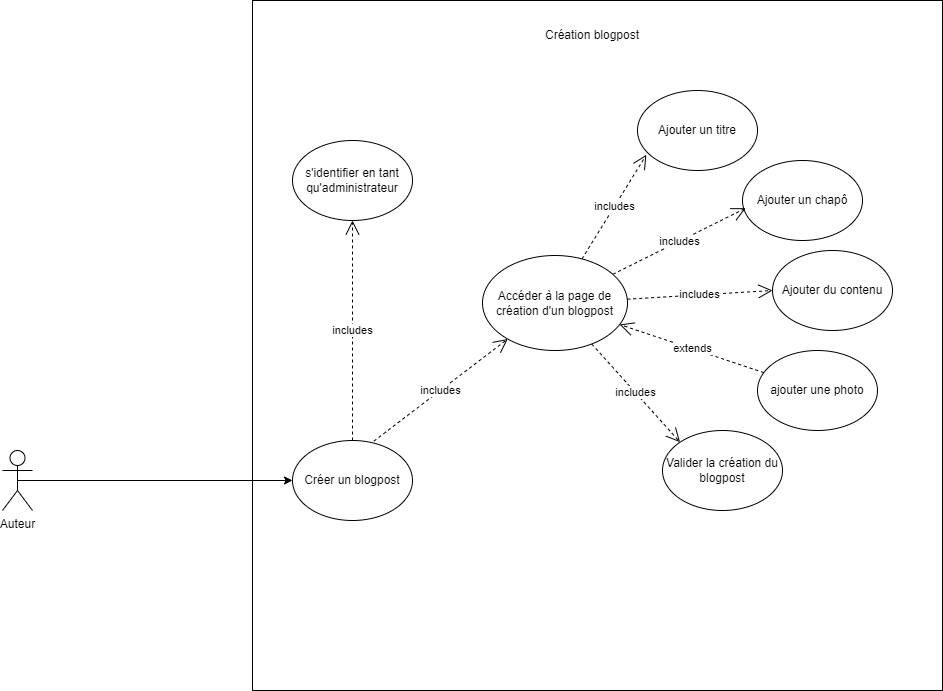
Above: diagrammes/Cas d'utilisation/creation_blogpost.drawio.png in LanchesThomas/blog (draw.io), before the change. Source tidied: cells renumbered, new cells last; positions are measured from the earlier drawing's top-left corner, leaving out a move shared by most shapes.
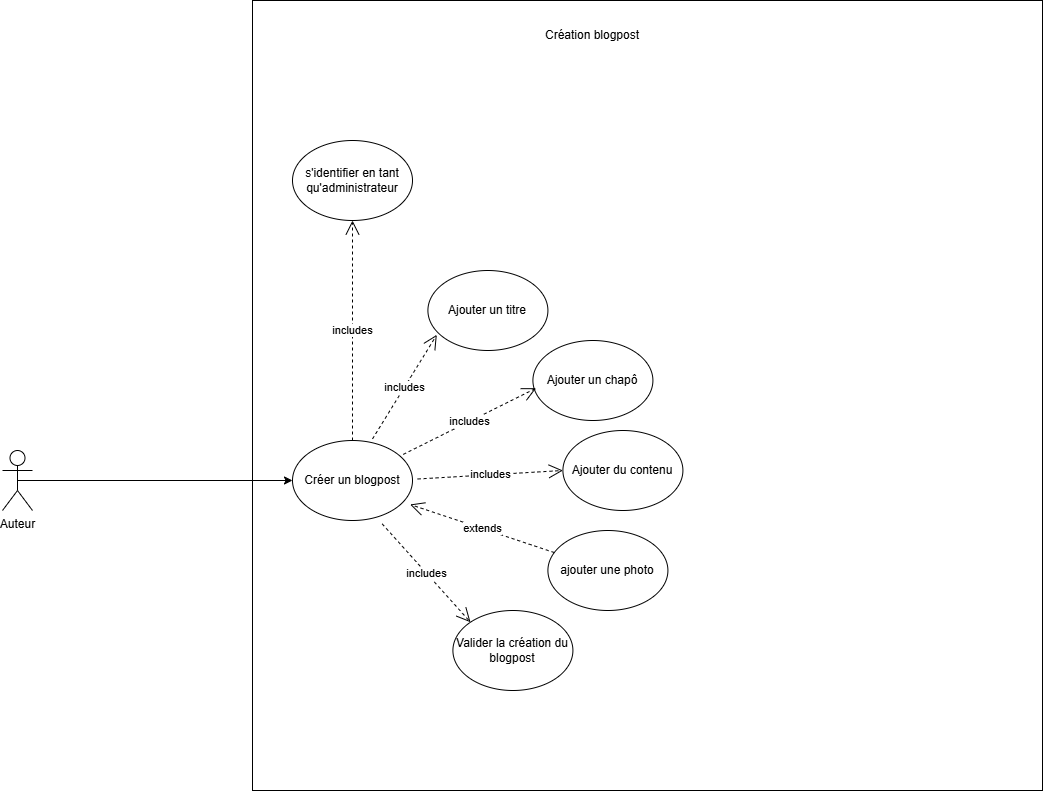
After the change.

The edit, as a diff of the source:
```diff
@@ -3,7 +3,7 @@
     <mxCell id="0" />
     <mxCell id="1" parent="0" />
     <mxCell id="2" style="whiteSpace=wrap;html=1;" parent="1" vertex="1">
-      <mxGeometry x="250" width="690" height="690" as="geometry" />
+      <mxGeometry x="250" width="790" height="790" as="geometry" />
     </mxCell>
     <mxCell id="3" value="Création blogpost" style="text;html=1;strokeColor=none;fillColor=none;align=center;verticalAlign=middle;whiteSpace=wrap;rounded=0;" parent="1" vertex="1">
       <mxGeometry x="505" y="20" width="170" height="30" as="geometry" />
@@ -21,43 +21,47 @@
       <mxGeometry y="450" width="30" height="60" as="geometry" />
     </mxCell>
     <mxCell id="8" value="ajouter une photo" style="ellipse;whiteSpace=wrap;html=1;" parent="1" vertex="1">
-      <mxGeometry x="755" y="350" width="120" height="80" as="geometry" />
+      <mxGeometry x="545.4" y="530" width="120" height="80" as="geometry" />
     </mxCell>
     <mxCell id="9" value="includes" style="endArrow=open;endSize=12;dashed=1;html=1;rounded=0;exitX=0.5;exitY=0;exitDx=0;exitDy=0;entryX=0.5;entryY=1;entryDx=0;entryDy=0;" parent="1" edge="1" source="4" target="5">
       <mxGeometry relative="1" as="geometry" />
     </mxCell>
     <mxCell id="10" value="Ajouter du contenu" style="ellipse;whiteSpace=wrap;html=1;" parent="1" vertex="1">
-      <mxGeometry x="770" y="250" width="120" height="80" as="geometry" />
+      <mxGeometry x="560.4" y="430" width="120" height="80" as="geometry" />
     </mxCell>
     <mxCell id="11" value="Ajouter un titre" style="ellipse;whiteSpace=wrap;html=1;" parent="1" vertex="1">
-      <mxGeometry x="635" y="90" width="120" height="80" as="geometry" />
+      <mxGeometry x="425.4" y="270" width="120" height="80" as="geometry" />
     </mxCell>
-    <mxCell id="12" value="includes" style="endArrow=open;endSize=12;dashed=1;html=1;rounded=0;entryX=0.074;entryY=0.804;entryDx=0;entryDy=0;entryPerimeter=0;" parent="1" edge="1" source="17" target="11">
-      <mxGeometry relative="1" as="geometry" />
+    <mxCell id="12" value="includes" style="endArrow=open;endSize=12;dashed=1;html=1;rounded=0;entryX=0.074;entryY=0.804;entryDx=0;entryDy=0;entryPerimeter=0;" parent="1" edge="1" target="11">
+      <mxGeometry relative="1" as="geometry">
+        <mxPoint x="370" y="438.4" as="sourcePoint" />
+      </mxGeometry>
     </mxCell>
-    <mxCell id="13" value="includes" style="endArrow=open;endSize=12;dashed=1;html=1;rounded=0;entryX=0;entryY=0.5;entryDx=0;entryDy=0;" parent="1" edge="1" source="17" target="10">
-      <mxGeometry relative="1" as="geometry" />
+    <mxCell id="13" value="includes" style="endArrow=open;endSize=12;dashed=1;html=1;rounded=0;entryX=0;entryY=0.5;entryDx=0;entryDy=0;" parent="1" edge="1" target="10">
+      <mxGeometry relative="1" as="geometry">
+        <mxPoint x="415.2" y="478.5" as="sourcePoint" />
+      </mxGeometry>
     </mxCell>
     <mxCell id="14" value="Ajouter un chapô" style="ellipse;whiteSpace=wrap;html=1;" parent="1" vertex="1">
-      <mxGeometry x="740" y="160" width="120" height="80" as="geometry" />
+      <mxGeometry x="530.4" y="340" width="120" height="80" as="geometry" />
     </mxCell>
-    <mxCell id="15" value="includes" style="endArrow=open;endSize=12;dashed=1;html=1;rounded=0;entryX=0.027;entryY=0.596;entryDx=0;entryDy=0;entryPerimeter=0;" parent="1" edge="1" source="17" target="14">
-      <mxGeometry relative="1" as="geometry" />
+    <mxCell id="15" value="includes" style="endArrow=open;endSize=12;dashed=1;html=1;rounded=0;entryX=0.027;entryY=0.596;entryDx=0;entryDy=0;entryPerimeter=0;" parent="1" edge="1" target="14">
+      <mxGeometry relative="1" as="geometry">
+        <mxPoint x="400.8" y="453.9" as="sourcePoint" />
+      </mxGeometry>
     </mxCell>
-    <mxCell id="16" value="extends" style="endArrow=open;endSize=12;dashed=1;html=1;rounded=0;" parent="1" edge="1" source="8" target="17">
-      <mxGeometry relative="1" as="geometry" />
+    <mxCell id="16" value="extends" style="endArrow=open;endSize=12;dashed=1;html=1;rounded=0;" parent="1" edge="1" source="8">
+      <mxGeometry relative="1" as="geometry">
+        <mxPoint x="407.6" y="504" as="targetPoint" />
+      </mxGeometry>
     </mxCell>
-    <mxCell id="17" value="Accéder à la page de création d'un blogpost" style="ellipse;whiteSpace=wrap;html=1;" parent="1" vertex="1">
-      <mxGeometry x="480" y="255" width="145" height="95" as="geometry" />
-    </mxCell>
-    <mxCell id="18" value="includes" style="endArrow=open;endSize=12;dashed=1;html=1;rounded=0;exitX=0.678;exitY=0.008;exitDx=0;exitDy=0;exitPerimeter=0;" parent="1" edge="1" source="4" target="17">
-      <mxGeometry relative="1" as="geometry" />
-    </mxCell>
     <mxCell id="19" value="Valider la création du blogpost" style="ellipse;whiteSpace=wrap;html=1;" parent="1" vertex="1">
-      <mxGeometry x="660" y="430" width="120" height="80" as="geometry" />
+      <mxGeometry x="450.4" y="610" width="120" height="80" as="geometry" />
     </mxCell>
-    <mxCell id="20" value="includes" style="endArrow=open;endSize=12;dashed=1;html=1;rounded=0;entryX=0;entryY=0;entryDx=0;entryDy=0;" parent="1" edge="1" source="17" target="19">
-      <mxGeometry relative="1" as="geometry" />
+    <mxCell id="20" value="includes" style="endArrow=open;endSize=12;dashed=1;html=1;rounded=0;entryX=0;entryY=0;entryDx=0;entryDy=0;" parent="1" edge="1" target="19">
+      <mxGeometry relative="1" as="geometry">
+        <mxPoint x="379.7" y="523.4" as="sourcePoint" />
+      </mxGeometry>
     </mxCell>
   </root>
 </mxGraphModel>
```
